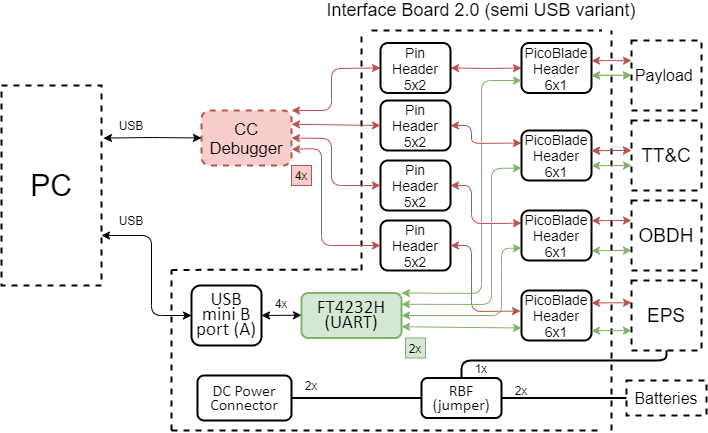
Earlier version of the draw.io export semi_usb_interface/Diagrams/interface-board-semi-USB.png (spacelab-ufsc/interface-board). Source tidied: cells renumbered, new cells last; positions are measured from the earlier drawing's top-left corner, leaving out a move shared by most shapes.
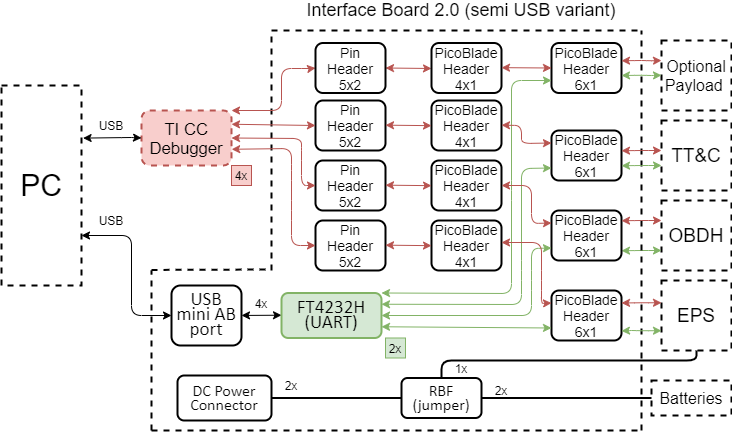
Above is the later version.

Commit message:
Semi USB: documentation: Updated block diagram with interconections betwem pcbs and USB mini AB port #1 #7

Diff of the diagram source:
```diff
@@ -7,3 +7,3 @@
     </mxCell>
-    <mxCell id="3" value="&lt;span style=&quot;line-height: 107% ; font-family: &amp;#34;calibri&amp;#34; , sans-serif&quot;&gt;&lt;font style=&quot;font-size: 19px&quot;&gt;USB mini B&lt;br&gt;port (A)&lt;/font&gt;&lt;/span&gt;" style="rounded=1;whiteSpace=wrap;html=1;strokeWidth=2;fillColor=none;" parent="1" vertex="1">
+    <mxCell id="3" value="&lt;span style=&quot;line-height: 107% ; font-family: &amp;#34;calibri&amp;#34; , sans-serif&quot;&gt;&lt;font style=&quot;font-size: 19px&quot;&gt;USB mini AB&lt;br&gt;port&lt;/font&gt;&lt;/span&gt;" style="rounded=1;whiteSpace=wrap;html=1;strokeWidth=2;fillColor=none;" parent="1" vertex="1">
       <mxGeometry x="190" y="285" width="70" height="60" as="geometry" />
@@ -14,18 +14,18 @@
     <mxCell id="5" value="&lt;font style=&quot;font-size: 30px&quot;&gt;PC&lt;/font&gt;" style="rounded=0;whiteSpace=wrap;html=1;fillColor=none;dashed=1;strokeWidth=2;" parent="1" vertex="1">
-      <mxGeometry y="85" width="100" height="200" as="geometry" />
+      <mxGeometry x="20" y="85" width="80" height="200" as="geometry" />
     </mxCell>
     <mxCell id="6" value="&lt;font style=&quot;font-size: 19px&quot;&gt;TT&amp;amp;C&lt;/font&gt;" style="rounded=0;whiteSpace=wrap;html=1;fillColor=none;dashed=1;strokeWidth=2;" parent="1" vertex="1">
-      <mxGeometry x="630" y="120" width="70" height="70" as="geometry" />
+      <mxGeometry x="680" y="120" width="70" height="70" as="geometry" />
     </mxCell>
     <mxCell id="7" value="&lt;font style=&quot;font-size: 19px&quot;&gt;OBDH&lt;/font&gt;" style="rounded=0;whiteSpace=wrap;html=1;fillColor=none;dashed=1;strokeWidth=2;" parent="1" vertex="1">
-      <mxGeometry x="630" y="200" width="70" height="70" as="geometry" />
+      <mxGeometry x="680" y="200" width="70" height="70" as="geometry" />
     </mxCell>
     <mxCell id="8" value="&lt;font style=&quot;font-size: 19px&quot;&gt;EPS&lt;/font&gt;" style="rounded=0;whiteSpace=wrap;html=1;fillColor=none;dashed=1;strokeWidth=2;" parent="1" vertex="1">
-      <mxGeometry x="630" y="280" width="70" height="70" as="geometry" />
+      <mxGeometry x="680" y="280" width="70" height="70" as="geometry" />
     </mxCell>
-    <mxCell id="9" value="&lt;font style=&quot;font-size: 16px&quot;&gt;Payload &lt;br&gt;&lt;/font&gt;" style="rounded=0;whiteSpace=wrap;html=1;fillColor=none;dashed=1;strokeWidth=2;" parent="1" vertex="1">
-      <mxGeometry x="630" y="40" width="70" height="70" as="geometry" />
+    <mxCell id="9" value="&lt;font style=&quot;font-size: 16px&quot;&gt;Optional&lt;br&gt;Payload &lt;br&gt;&lt;/font&gt;" style="rounded=0;whiteSpace=wrap;html=1;fillColor=none;dashed=1;strokeWidth=2;" parent="1" vertex="1">
+      <mxGeometry x="680" y="40" width="70" height="70" as="geometry" />
     </mxCell>
-    <mxCell id="10" value="&lt;span style=&quot;left: 140px ; top: 345.7px ; font-size: 16.6667px ; font-family: sans-serif ; transform: scalex(1.0053)&quot;&gt;CC Debugger&lt;/span&gt;" style="rounded=1;whiteSpace=wrap;html=1;strokeWidth=2;dashed=1;fillColor=#f8cecc;strokeColor=#b85450;" parent="1" vertex="1">
-      <mxGeometry x="200" y="110" width="90" height="55" as="geometry" />
+    <mxCell id="10" value="&lt;span style=&quot;left: 140px ; top: 345.7px ; font-size: 16.6667px ; font-family: sans-serif ; transform: scalex(1.0053)&quot;&gt;TI CC Debugger&lt;/span&gt;" style="rounded=1;whiteSpace=wrap;html=1;strokeWidth=2;dashed=1;fillColor=#f8cecc;strokeColor=#b85450;" parent="1" vertex="1">
+      <mxGeometry x="160" y="110" width="90" height="55" as="geometry" />
     </mxCell>
@@ -33,6 +33,6 @@
       <mxGeometry relative="1" as="geometry">
-        <mxPoint x="590" y="250.2" as="sourcePoint" />
-        <mxPoint x="630" y="250" as="targetPoint" />
+        <mxPoint x="640" y="250.2" as="sourcePoint" />
+        <mxPoint x="680" y="250" as="targetPoint" />
         <Array as="points">
-          <mxPoint x="610" y="250" />
+          <mxPoint x="660" y="250" />
         </Array>
@@ -40,24 +40,5 @@
     </mxCell>
-    <mxCell id="12" style="endArrow=classic;startArrow=classic;html=1;fillColor=#f8cecc;strokeColor=#b85450;exitX=1;exitY=0.5;exitDx=0;exitDy=0;entryX=0;entryY=0.25;entryDx=0;entryDy=0;" parent="1" edge="1" source="36" target="42">
-      <mxGeometry relative="1" as="geometry">
-        <Array as="points">
-          <mxPoint x="470" y="185" />
-          <mxPoint x="470" y="223" />
-          <mxPoint x="500" y="223" />
-        </Array>
-      </mxGeometry>
-    </mxCell>
-    <mxCell id="13" style="endArrow=classic;startArrow=classic;html=1;fillColor=#f8cecc;strokeColor=#b85450;exitX=1;exitY=0.5;exitDx=0;exitDy=0;entryX=0;entryY=0.25;entryDx=0;entryDy=0;" parent="1" edge="1" source="37" target="41">
-      <mxGeometry relative="1" as="geometry">
-        <Array as="points">
-          <mxPoint x="470" y="125" />
-          <mxPoint x="470" y="143" />
-        </Array>
-      </mxGeometry>
-    </mxCell>
-    <mxCell id="14" style="endArrow=classic;startArrow=classic;html=1;fillColor=#f8cecc;strokeColor=#b85450;exitX=1;exitY=0.5;exitDx=0;exitDy=0;entryX=0;entryY=0.5;entryDx=0;entryDy=0;" parent="1" edge="1" source="39" target="40">
+    <mxCell id="14" style="endArrow=classic;startArrow=classic;html=1;fillColor=#f8cecc;strokeColor=#b85450;exitX=1;exitY=0.5;exitDx=0;exitDy=0;" parent="1" edge="1" source="39">
       <mxGeometry relative="1" as="geometry">
-        <Array as="points">
-          <mxPoint x="490" y="68" />
-        </Array>
+        <mxPoint x="450" y="68" as="targetPoint" />
       </mxGeometry>
@@ -65,3 +46,3 @@
     <mxCell id="15" value="4x" style="text;html=1;strokeColor=#b85450;fillColor=#f8cecc;align=center;verticalAlign=middle;whiteSpace=wrap;rounded=0;" parent="1" vertex="1">
-      <mxGeometry x="290" y="165" width="20" height="20" as="geometry" />
+      <mxGeometry x="250" y="165" width="20" height="20" as="geometry" />
     </mxCell>
@@ -102,3 +83,3 @@
         <mxPoint x="170" y="430" as="sourcePoint" />
-        <mxPoint x="600" y="430" as="targetPoint" />
+        <mxPoint x="660" y="430" as="targetPoint" />
       </mxGeometry>
@@ -107,6 +88,6 @@
       <mxGeometry relative="1" as="geometry">
-        <mxPoint x="610" y="430" as="sourcePoint" />
-        <mxPoint x="610" y="30" as="targetPoint" />
+        <mxPoint x="660" y="430" as="sourcePoint" />
+        <mxPoint x="660" y="30" as="targetPoint" />
         <Array as="points">
-          <mxPoint x="610" y="200" />
+          <mxPoint x="660" y="200" />
         </Array>
@@ -116,4 +97,4 @@
       <mxGeometry relative="1" as="geometry">
-        <mxPoint x="370" y="30" as="sourcePoint" />
-        <mxPoint x="600" y="30" as="targetPoint" />
+        <mxPoint x="290" y="30" as="sourcePoint" />
+        <mxPoint x="660" y="30" as="targetPoint" />
       </mxGeometry>
@@ -123,3 +104,3 @@
         <mxPoint x="170" y="269.4" as="sourcePoint" />
-        <mxPoint x="360" y="269" as="targetPoint" />
+        <mxPoint x="290" y="269" as="targetPoint" />
       </mxGeometry>
@@ -128,4 +109,4 @@
       <mxGeometry relative="1" as="geometry">
-        <mxPoint x="360" y="270" as="sourcePoint" />
-        <mxPoint x="360" y="30" as="targetPoint" />
+        <mxPoint x="290" y="270" as="sourcePoint" />
+        <mxPoint x="290" y="30" as="targetPoint" />
       </mxGeometry>
@@ -140,3 +121,3 @@
     <mxCell id="29" value="&lt;span style=&quot;font-size: 14px&quot;&gt;Pin Header 5x2&lt;/span&gt;" style="rounded=1;whiteSpace=wrap;html=1;strokeWidth=2;fillColor=none;" parent="1" vertex="1">
-      <mxGeometry x="379" y="220" width="70" height="50" as="geometry" />
+      <mxGeometry x="334" y="220" width="70" height="50" as="geometry" />
     </mxCell>
@@ -146,3 +127,3 @@
     <mxCell id="31" value="&lt;font style=&quot;font-size: 16px&quot;&gt;Batteries&lt;/font&gt;" style="rounded=0;whiteSpace=wrap;html=1;fillColor=none;dashed=1;strokeWidth=2;" parent="1" vertex="1">
-      <mxGeometry x="625" y="380" width="80" height="35" as="geometry" />
+      <mxGeometry x="670" y="380" width="80" height="35" as="geometry" />
     </mxCell>
@@ -155,2 +136,3 @@
           <mxPoint x="665" y="360" />
+          <mxPoint x="715" y="360" />
         </Array>
@@ -168,6 +150,6 @@
     <mxCell id="36" value="&lt;span style=&quot;font-size: 14px&quot;&gt;Pin Header 5x2&lt;/span&gt;" style="rounded=1;whiteSpace=wrap;html=1;strokeWidth=2;fillColor=none;" parent="1" vertex="1">
-      <mxGeometry x="379" y="160" width="70" height="50" as="geometry" />
+      <mxGeometry x="334" y="160" width="70" height="50" as="geometry" />
     </mxCell>
     <mxCell id="37" value="&lt;span style=&quot;font-size: 14px&quot;&gt;Pin Header 5x2&lt;/span&gt;" style="rounded=1;whiteSpace=wrap;html=1;strokeWidth=2;fillColor=none;" parent="1" vertex="1">
-      <mxGeometry x="379" y="100" width="70" height="50" as="geometry" />
+      <mxGeometry x="334" y="100" width="70" height="50" as="geometry" />
     </mxCell>
@@ -176,3 +158,4 @@
         <Array as="points">
-          <mxPoint x="330" y="110" />
+          <mxPoint x="300" y="110" />
+          <mxPoint x="300" y="68" />
           <mxPoint x="330" y="68" />
@@ -182,25 +165,16 @@
     <mxCell id="39" value="&lt;span style=&quot;font-size: 14px&quot;&gt;Pin Header 5x2&lt;/span&gt;" style="rounded=1;whiteSpace=wrap;html=1;strokeWidth=2;fillColor=none;" parent="1" vertex="1">
-      <mxGeometry x="379" y="42.5" width="70" height="50" as="geometry" />
+      <mxGeometry x="334" y="42.5" width="70" height="50" as="geometry" />
     </mxCell>
     <mxCell id="40" value="&lt;span style=&quot;font-size: 14px&quot;&gt;PicoBlade Header 6x1&lt;/span&gt;" style="rounded=1;whiteSpace=wrap;html=1;strokeWidth=2;fillColor=none;" parent="1" vertex="1">
-      <mxGeometry x="520" y="42.5" width="70" height="50" as="geometry" />
+      <mxGeometry x="570" y="42.5" width="70" height="50" as="geometry" />
     </mxCell>
     <mxCell id="41" value="&lt;span style=&quot;font-size: 14px&quot;&gt;PicoBlade Header 6x1&lt;/span&gt;" style="rounded=1;whiteSpace=wrap;html=1;strokeWidth=2;fillColor=none;" parent="1" vertex="1">
-      <mxGeometry x="520" y="130" width="70" height="50" as="geometry" />
+      <mxGeometry x="570" y="130" width="70" height="50" as="geometry" />
     </mxCell>
     <mxCell id="42" value="&lt;span style=&quot;font-size: 14px&quot;&gt;PicoBlade Header 6x1&lt;/span&gt;" style="rounded=1;whiteSpace=wrap;html=1;strokeWidth=2;fillColor=none;" parent="1" vertex="1">
-      <mxGeometry x="520" y="210" width="70" height="50" as="geometry" />
+      <mxGeometry x="570" y="210" width="70" height="50" as="geometry" />
     </mxCell>
     <mxCell id="43" value="&lt;span style=&quot;font-size: 14px&quot;&gt;PicoBlade Header 6x1&lt;/span&gt;" style="rounded=1;whiteSpace=wrap;html=1;strokeWidth=2;fillColor=none;" parent="1" vertex="1">
-      <mxGeometry x="520" y="290" width="70" height="50" as="geometry" />
+      <mxGeometry x="570" y="290" width="70" height="50" as="geometry" />
     </mxCell>
-    <mxCell id="44" style="endArrow=classic;startArrow=classic;html=1;strokeWidth=1;exitX=1;exitY=0.5;exitDx=0;exitDy=0;entryX=-0.014;entryY=0.411;entryDx=0;entryDy=0;entryPerimeter=0;fillColor=#f8cecc;strokeColor=#b85450;" parent="1" edge="1" source="29" target="43">
-      <mxGeometry relative="1" as="geometry">
-        <Array as="points">
-          <mxPoint x="470" y="245" />
-          <mxPoint x="470" y="270" />
-          <mxPoint x="470" y="311" />
-        </Array>
-      </mxGeometry>
-    </mxCell>
     <mxCell id="45" style="endArrow=classic;startArrow=classic;html=1;strokeWidth=1;exitX=1;exitY=0.75;exitDx=0;exitDy=0;entryX=0;entryY=0.75;entryDx=0;entryDy=0;fillColor=#d5e8d4;strokeColor=#82b366;" parent="1" edge="1" source="19" target="43">
@@ -211,5 +185,5 @@
         <Array as="points">
-          <mxPoint x="500" y="315" />
-          <mxPoint x="500" y="280" />
-          <mxPoint x="500" y="248" />
+          <mxPoint x="550" y="315" />
+          <mxPoint x="550" y="280" />
+          <mxPoint x="550" y="248" />
         </Array>
@@ -220,4 +194,5 @@
         <Array as="points">
-          <mxPoint x="490" y="304" />
-          <mxPoint x="490" y="168" />
+          <mxPoint x="540" y="304" />
+          <mxPoint x="540" y="270" />
+          <mxPoint x="540" y="168" />
         </Array>
@@ -228,4 +203,5 @@
         <Array as="points">
-          <mxPoint x="480" y="293" />
-          <mxPoint x="480" y="80" />
+          <mxPoint x="530" y="293" />
+          <mxPoint x="530" y="190" />
+          <mxPoint x="530" y="80" />
         </Array>
@@ -239,3 +215,5 @@
         <Array as="points">
-          <mxPoint x="330" y="138" />
+          <mxPoint x="320" y="138" />
+          <mxPoint x="320" y="150" />
+          <mxPoint x="320" y="185" />
           <mxPoint x="330" y="185" />
@@ -247,4 +225,6 @@
         <Array as="points">
-          <mxPoint x="320" y="148" />
-          <mxPoint x="320" y="245" />
+          <mxPoint x="310" y="148" />
+          <mxPoint x="310" y="170" />
+          <mxPoint x="310" y="210" />
+          <mxPoint x="310" y="245" />
         </Array>
@@ -260,6 +240,6 @@
       <mxGeometry relative="1" as="geometry">
-        <mxPoint x="590" y="220.2" as="sourcePoint" />
-        <mxPoint x="630" y="220" as="targetPoint" />
+        <mxPoint x="640" y="220.2" as="sourcePoint" />
+        <mxPoint x="680" y="220" as="targetPoint" />
         <Array as="points">
-          <mxPoint x="610" y="220" />
+          <mxPoint x="660" y="220" />
         </Array>
@@ -269,6 +249,6 @@
       <mxGeometry relative="1" as="geometry">
-        <mxPoint x="590" y="302.5" as="sourcePoint" />
-        <mxPoint x="630" y="302.3" as="targetPoint" />
+        <mxPoint x="640" y="302.5" as="sourcePoint" />
+        <mxPoint x="680" y="302.3" as="targetPoint" />
         <Array as="points">
-          <mxPoint x="610" y="302.3" />
+          <mxPoint x="660" y="302.3" />
         </Array>
@@ -278,7 +258,7 @@
       <mxGeometry relative="1" as="geometry">
-        <mxPoint x="590" y="330.5" as="sourcePoint" />
-        <mxPoint x="630" y="330.2" as="targetPoint" />
+        <mxPoint x="640" y="330.5" as="sourcePoint" />
+        <mxPoint x="680" y="330.2" as="targetPoint" />
         <Array as="points">
-          <mxPoint x="600" y="330" />
-          <mxPoint x="610" y="330.2" />
+          <mxPoint x="650" y="330" />
+          <mxPoint x="660" y="330.2" />
         </Array>
@@ -286,17 +266,8 @@
     </mxCell>
-    <mxCell id="57" style="endArrow=classic;startArrow=classic;html=1;fillColor=#d5e8d4;strokeColor=#82b366;" parent="1" edge="1">
-      <mxGeometry relative="1" as="geometry">
-        <mxPoint x="590" y="150.2" as="sourcePoint" />
-        <mxPoint x="630" y="150" as="targetPoint" />
-        <Array as="points">
-          <mxPoint x="610" y="150" />
-        </Array>
-      </mxGeometry>
-    </mxCell>
     <mxCell id="58" style="endArrow=classic;startArrow=classic;html=1;fillColor=#f8cecc;strokeColor=#b85450;" parent="1" edge="1">
       <mxGeometry relative="1" as="geometry">
-        <mxPoint x="590" y="150.2" as="sourcePoint" />
-        <mxPoint x="630" y="150" as="targetPoint" />
+        <mxPoint x="640" y="150.2" as="sourcePoint" />
+        <mxPoint x="680" y="150" as="targetPoint" />
         <Array as="points">
-          <mxPoint x="610" y="150" />
+          <mxPoint x="660" y="150" />
         </Array>
@@ -306,6 +277,6 @@
       <mxGeometry relative="1" as="geometry">
-        <mxPoint x="590" y="165.2" as="sourcePoint" />
-        <mxPoint x="630" y="165" as="targetPoint" />
+        <mxPoint x="640" y="165.2" as="sourcePoint" />
+        <mxPoint x="680" y="165" as="targetPoint" />
         <Array as="points">
-          <mxPoint x="610" y="165" />
+          <mxPoint x="660" y="165" />
         </Array>
@@ -313,18 +284,9 @@
     </mxCell>
-    <mxCell id="60" style="endArrow=classic;startArrow=classic;html=1;fillColor=#d5e8d4;strokeColor=#82b366;" parent="1" edge="1">
-      <mxGeometry relative="1" as="geometry">
-        <mxPoint x="590" y="75" as="sourcePoint" />
-        <mxPoint x="630" y="74.8" as="targetPoint" />
-        <Array as="points">
-          <mxPoint x="610" y="74.8" />
-        </Array>
-      </mxGeometry>
-    </mxCell>
     <mxCell id="61" style="endArrow=classic;startArrow=classic;html=1;fillColor=#d5e8d4;strokeColor=#82b366;" parent="1" edge="1">
       <mxGeometry relative="1" as="geometry">
-        <mxPoint x="590" y="75" as="sourcePoint" />
-        <mxPoint x="630" y="74.8" as="targetPoint" />
+        <mxPoint x="640" y="75" as="sourcePoint" />
+        <mxPoint x="680" y="74.8" as="targetPoint" />
         <Array as="points">
-          <mxPoint x="610" y="74.8" />
-          <mxPoint x="620" y="75" />
+          <mxPoint x="660" y="74.8" />
+          <mxPoint x="670" y="75" />
         </Array>
@@ -334,7 +296,7 @@
       <mxGeometry relative="1" as="geometry">
-        <mxPoint x="590" y="60.2" as="sourcePoint" />
-        <mxPoint x="630" y="60" as="targetPoint" />
+        <mxPoint x="640" y="60.2" as="sourcePoint" />
+        <mxPoint x="680" y="60" as="targetPoint" />
         <Array as="points">
-          <mxPoint x="610" y="60" />
-          <mxPoint x="620" y="60.2" />
+          <mxPoint x="660" y="60" />
+          <mxPoint x="670" y="60.2" />
         </Array>
@@ -345,2 +307,65 @@
     </mxCell>
+    <mxCell id="64" value="&lt;span style=&quot;font-size: 14px&quot;&gt;PicoBlade&lt;br&gt;Header&lt;br&gt;4x1&lt;br&gt;&lt;/span&gt;" style="rounded=1;whiteSpace=wrap;html=1;strokeWidth=2;fillColor=none;" parent="1" vertex="1">
+      <mxGeometry x="450" y="42.5" width="70" height="50" as="geometry" />
+    </mxCell>
+    <mxCell id="65" value="&lt;span style=&quot;font-size: 14px&quot;&gt;PicoBlade&lt;br&gt;Header&lt;br&gt;4x1&lt;br&gt;&lt;/span&gt;" style="rounded=1;whiteSpace=wrap;html=1;strokeWidth=2;fillColor=none;" parent="1" vertex="1">
+      <mxGeometry x="450" y="100" width="70" height="50" as="geometry" />
+    </mxCell>
+    <mxCell id="66" value="&lt;span style=&quot;font-size: 14px&quot;&gt;PicoBlade&lt;br&gt;Header&lt;br&gt;4x1&lt;br&gt;&lt;/span&gt;" style="rounded=1;whiteSpace=wrap;html=1;strokeWidth=2;fillColor=none;" parent="1" vertex="1">
+      <mxGeometry x="450" y="160" width="70" height="50" as="geometry" />
+    </mxCell>
+    <mxCell id="67" value="&lt;span style=&quot;font-size: 14px&quot;&gt;PicoBlade&lt;br&gt;Header&lt;br&gt;4x1&lt;br&gt;&lt;/span&gt;" style="rounded=1;whiteSpace=wrap;html=1;strokeWidth=2;fillColor=none;" parent="1" vertex="1">
+      <mxGeometry x="450" y="220" width="70" height="50" as="geometry" />
+    </mxCell>
+    <mxCell id="68" style="endArrow=classic;startArrow=classic;html=1;fillColor=#f8cecc;strokeColor=#b85450;exitX=1;exitY=0.5;exitDx=0;exitDy=0;" parent="1" edge="1">
+      <mxGeometry relative="1" as="geometry">
+        <mxPoint x="404" y="124.7" as="sourcePoint" />
+        <mxPoint x="450" y="125.2" as="targetPoint" />
+      </mxGeometry>
+    </mxCell>
+    <mxCell id="69" style="endArrow=classic;startArrow=classic;html=1;fillColor=#f8cecc;strokeColor=#b85450;exitX=1;exitY=0.5;exitDx=0;exitDy=0;" parent="1" edge="1">
+      <mxGeometry relative="1" as="geometry">
+        <mxPoint x="404" y="184.7" as="sourcePoint" />
+        <mxPoint x="450" y="185.2" as="targetPoint" />
+      </mxGeometry>
+    </mxCell>
+    <mxCell id="70" style="endArrow=classic;startArrow=classic;html=1;fillColor=#f8cecc;strokeColor=#b85450;exitX=1;exitY=0.5;exitDx=0;exitDy=0;" parent="1" edge="1">
+      <mxGeometry relative="1" as="geometry">
+        <mxPoint x="404" y="244.7" as="sourcePoint" />
+        <mxPoint x="450" y="245.2" as="targetPoint" />
+      </mxGeometry>
+    </mxCell>
+    <mxCell id="71" style="endArrow=classic;startArrow=classic;html=1;fillColor=#f8cecc;strokeColor=#b85450;exitX=1;exitY=0.5;exitDx=0;exitDy=0;entryX=0;entryY=0.5;entryDx=0;entryDy=0;" parent="1" edge="1" target="40">
+      <mxGeometry relative="1" as="geometry">
+        <mxPoint x="520" y="67.2" as="sourcePoint" />
+      </mxGeometry>
+    </mxCell>
+    <mxCell id="72" style="endArrow=classic;startArrow=classic;html=1;fillColor=#f8cecc;strokeColor=#b85450;exitX=1;exitY=0.5;exitDx=0;exitDy=0;entryX=0;entryY=0.25;entryDx=0;entryDy=0;" parent="1" edge="1" target="41">
+      <mxGeometry relative="1" as="geometry">
+        <mxPoint x="520" y="124.7" as="sourcePoint" />
+        <Array as="points">
+          <mxPoint x="540" y="125" />
+          <mxPoint x="540" y="143" />
+        </Array>
+      </mxGeometry>
+    </mxCell>
+    <mxCell id="73" style="endArrow=classic;startArrow=classic;html=1;fillColor=#f8cecc;strokeColor=#b85450;exitX=1;exitY=0.5;exitDx=0;exitDy=0;entryX=0;entryY=0.25;entryDx=0;entryDy=0;" parent="1" edge="1" target="42">
+      <mxGeometry relative="1" as="geometry">
+        <mxPoint x="520" y="185" as="sourcePoint" />
+        <Array as="points">
+          <mxPoint x="550" y="185" />
+          <mxPoint x="550" y="223" />
+        </Array>
+      </mxGeometry>
+    </mxCell>
+    <mxCell id="74" style="endArrow=classic;startArrow=classic;html=1;fillColor=#f8cecc;strokeColor=#b85450;exitX=1;exitY=0.5;exitDx=0;exitDy=0;entryX=0;entryY=0.25;entryDx=0;entryDy=0;" parent="1" edge="1" target="43">
+      <mxGeometry relative="1" as="geometry">
+        <mxPoint x="520" y="242" as="sourcePoint" />
+        <Array as="points">
+          <mxPoint x="560" y="242" />
+          <mxPoint x="560" y="280" />
+          <mxPoint x="560" y="303" />
+        </Array>
+      </mxGeometry>
+    </mxCell>
   </root>
```
